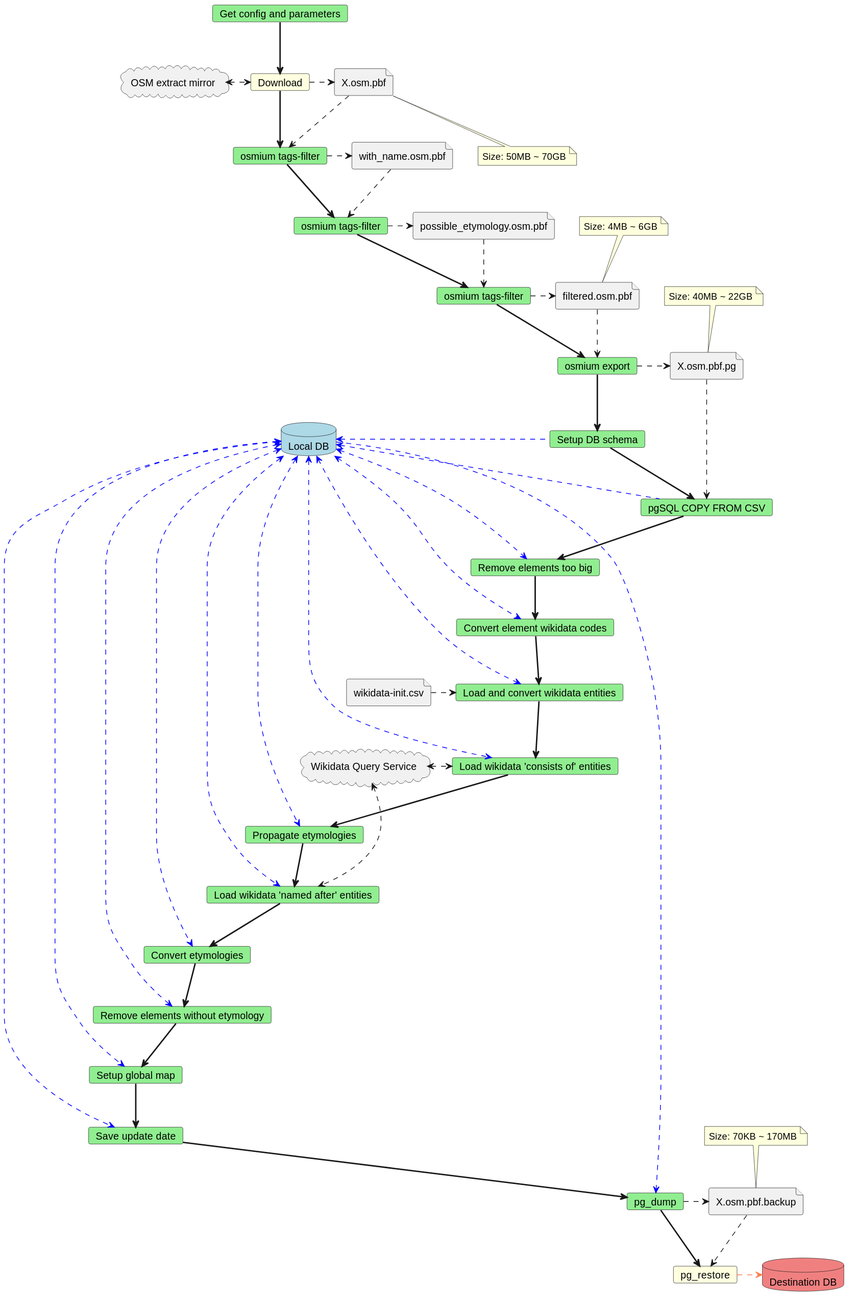
Before: images/db-init.svg, a diagram exported from PlantUML (Danysan1/osm-wikidata-map-framework).
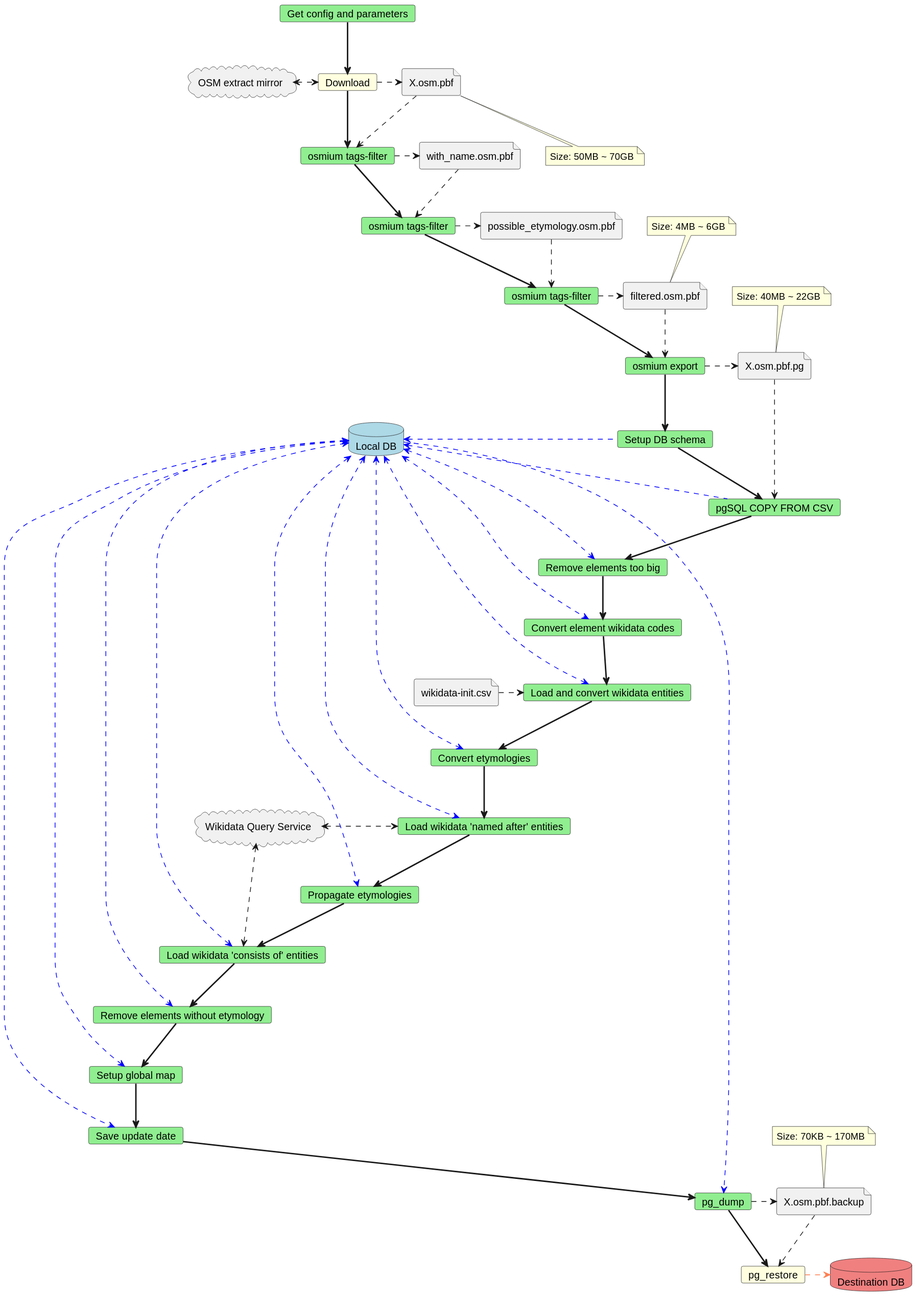
After the change.

What changed in the source:
```diff
@@ -71,28 +71,29 @@
 wdent <.left.> db #Blue
 wdcod -[bold]-> wdent
 
-card "Load wikidata 'consists of' entities" as wdcoent #LightGreen
+card "Convert etymologies" as ety #LightGreen
+ety <.left.> db #Blue
+wdent -[bold]-> ety
+
 cloud "Wikidata Query Service" as wd
-wd <.> wdcoent
-wdcoent <.left.> db #Blue
-wdent -[bold]-> wdcoent
-
-card "Propagate etymologies" as propagate #LightGreen
-propagate <.left.> db #Blue
-wdcoent -[bold]-> propagate
 
 card "Load wikidata 'named after' entities" as wdnaent #LightGreen
 wd <.> wdnaent
 wdnaent <.left.> db #Blue
-propagate -[bold]-> wdnaent
+ety -[bold]-> wdnaent
 
-card "Convert etymologies" as ety #LightGreen
-ety <.left.> db #Blue
-wdnaent -[bold]-> ety
+card "Propagate etymologies" as propagate #LightGreen
+propagate <.left.> db #Blue
+wdnaent -[bold]-> propagate
+
+card "Load wikidata 'consists of' entities" as wdcoent #LightGreen
+wd <.> wdcoent
+wdcoent <.left.> db #Blue
+propagate -[bold]-> wdcoent
 
 card "Remove elements without etymology" as temp #LightGreen
 temp <.left.> db #Blue
-ety -[bold]-> temp
+wdcoent -[bold]-> temp
 
 card "Setup global map" as global #LightGreen
 global <.left.> db #Blue
```
